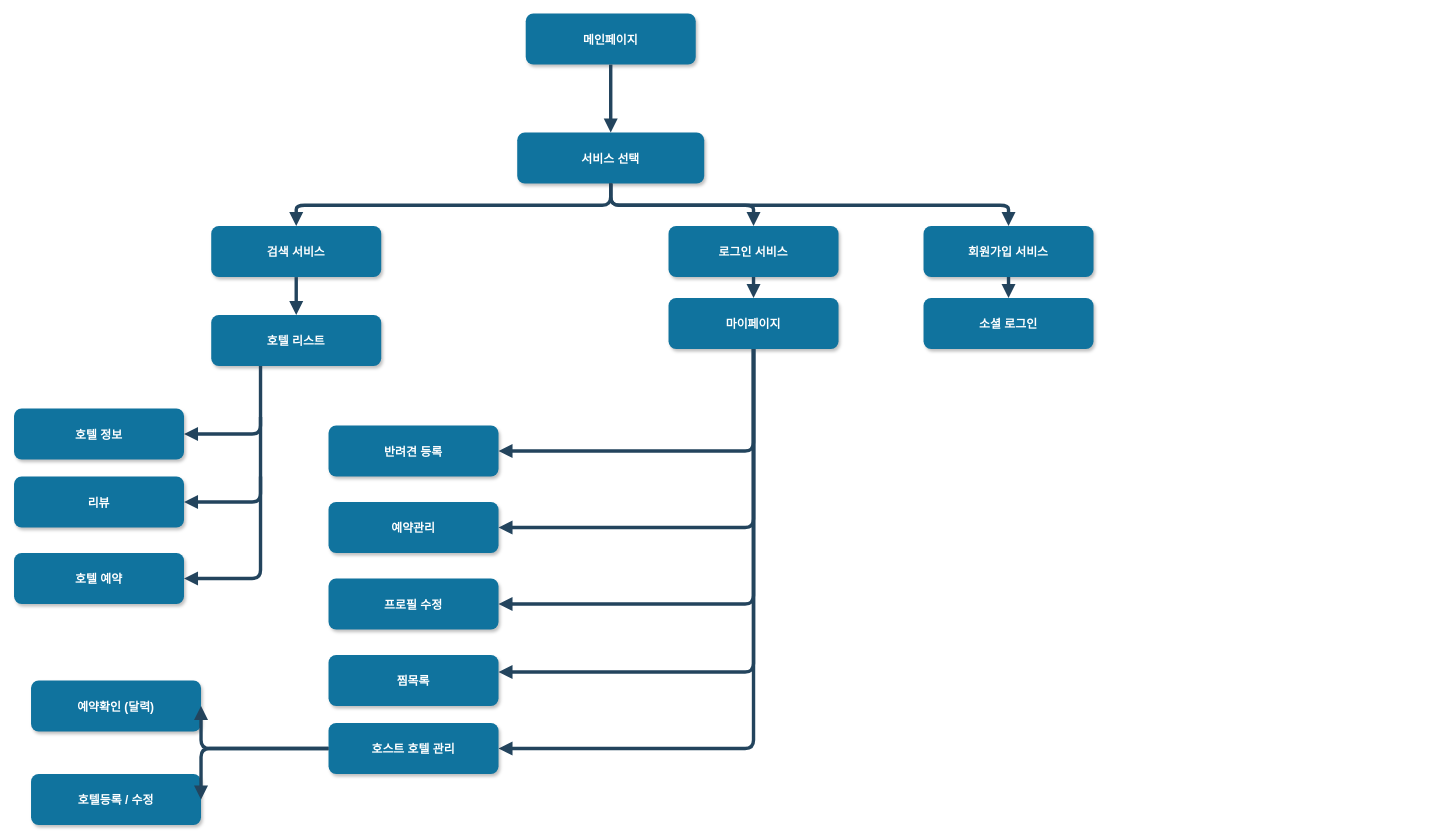
Above: NMSM.drawio in koreait0000/NMSM (draw.io), before the change. Source tidied: cells renumbered, new cells numbered last; positions are measured from the earlier drawing's top-left corner, leaving out a move shared by most shapes. Both pictures are drawn from the tidied source at 85%, with x=0, y=0 at pixel (14, 14).
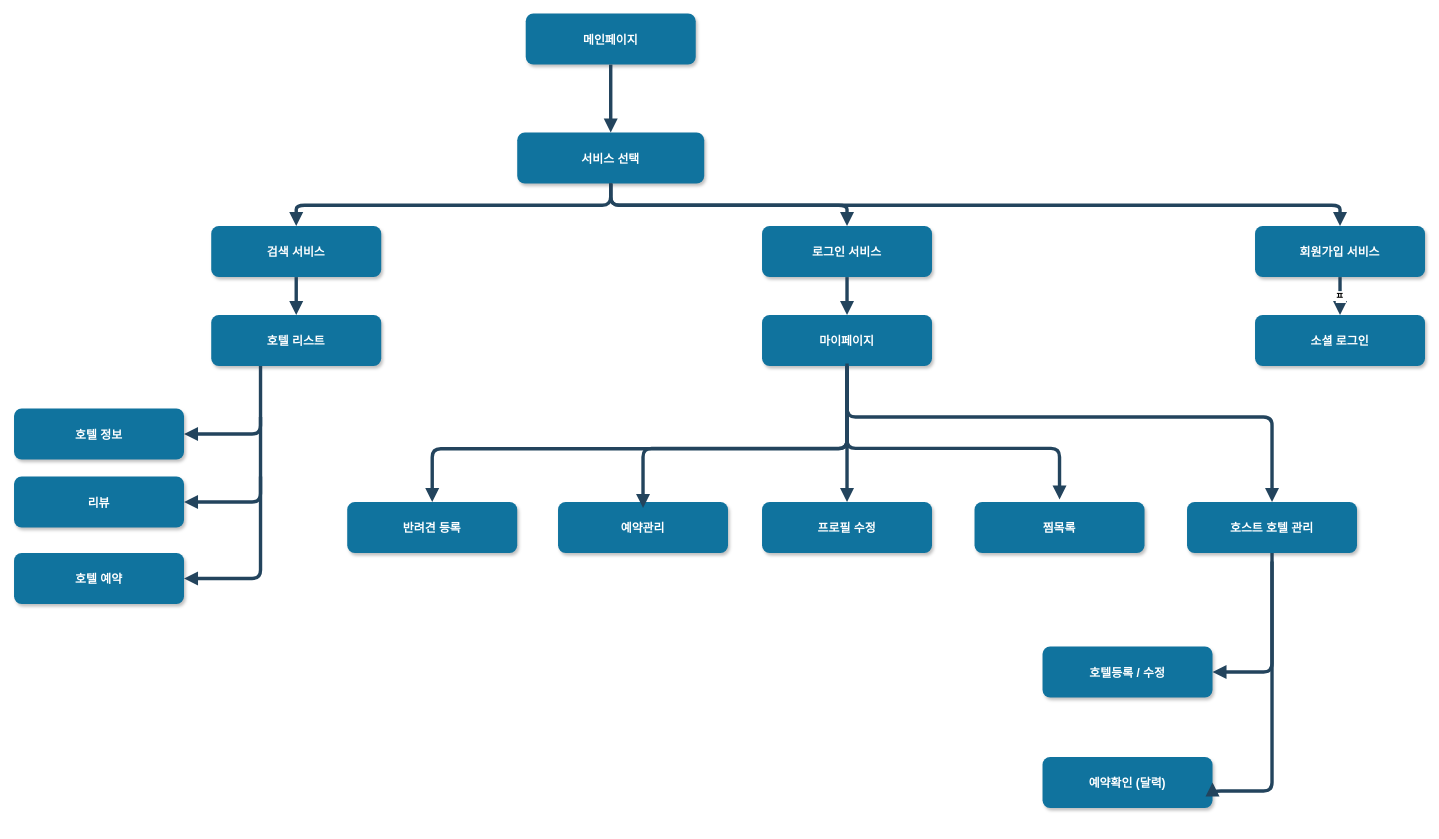
The same page after the edit.

Diff of the diagram source:
```diff
@@
     <mxCell id="5" value="로그인 서비스" style="rounded=1;fillColor=#10739E;strokeColor=none;shadow=1;gradientColor=none;fontStyle=1;fontColor=#FFFFFF;fontSize=14;" parent="1" vertex="1">
-      <mxGeometry x="770" y="249.5" width="200" height="60" as="geometry" />
+      <mxGeometry x="880" y="249.5" width="200" height="60" as="geometry" />
     </mxCell>
@@
     <mxCell id="9" value="회원가입 서비스" style="rounded=1;fillColor=#10739E;strokeColor=none;shadow=1;gradientColor=none;fontStyle=1;fontColor=#FFFFFF;fontSize=14;" parent="1" vertex="1">
-      <mxGeometry x="1070" y="249.5" width="200" height="60" as="geometry" />
+      <mxGeometry x="1460" y="249.5" width="200" height="60" as="geometry" />
     </mxCell>
@@
     <mxCell id="11" value="소셜 로그인" style="rounded=1;fillColor=#10739E;strokeColor=none;shadow=1;gradientColor=none;fontStyle=1;fontColor=#FFFFFF;fontSize=14;" parent="1" vertex="1">
-      <mxGeometry x="1070" y="334" width="200" height="60" as="geometry" />
+      <mxGeometry x="1460" y="354" width="200" height="60" as="geometry" />
     </mxCell>
-    <mxCell id="12" style="edgeStyle=elbowEdgeStyle;elbow=vertical;strokeWidth=4;endArrow=block;endFill=1;fontStyle=1;strokeColor=#23445D;entryX=0.5;entryY=0;entryDx=0;entryDy=0;" parent="1" edge="1" source="9" target="11">
+    <mxCell id="12" value="ㅍ" style="edgeStyle=elbowEdgeStyle;elbow=vertical;strokeWidth=4;endArrow=block;endFill=1;fontStyle=1;strokeColor=#23445D;entryX=0.5;entryY=0;entryDx=0;entryDy=0;" parent="1" edge="1" source="9" target="11">
       <mxGeometry x="180" y="285.5" as="geometry" />
     </mxCell>
     <mxCell id="13" value="마이페이지" style="rounded=1;fillColor=#10739E;strokeColor=none;shadow=1;gradientColor=none;fontStyle=1;fontColor=#FFFFFF;fontSize=14;" parent="1" vertex="1">
-      <mxGeometry x="770" y="334" width="200" height="60" as="geometry" />
+      <mxGeometry x="880" y="354" width="200" height="60" as="geometry" />
     </mxCell>
@@
     <mxCell id="15" value="반려견 등록" style="rounded=1;fillColor=#10739E;strokeColor=none;shadow=1;gradientColor=none;fontStyle=1;fontColor=#FFFFFF;fontSize=14;" parent="1" vertex="1">
-      <mxGeometry x="370" y="484" width="200" height="60" as="geometry" />
+      <mxGeometry x="392" y="574" width="200" height="60" as="geometry" />
     </mxCell>
-    <mxCell id="16" style="edgeStyle=elbowEdgeStyle;elbow=vertical;strokeWidth=4;endArrow=block;endFill=1;fontStyle=1;strokeColor=#23445D;exitX=0.5;exitY=1;exitDx=0;exitDy=0;" parent="1" edge="1" source="13" target="21">
-      <mxGeometry x="-100" y="380" as="geometry">
-        <Array as="points">
-          <mxPoint x="870" y="864" />
-          <mxPoint x="410" y="424" />
-        </Array>
-      </mxGeometry>
-    </mxCell>
-    <mxCell id="17" style="edgeStyle=elbowEdgeStyle;elbow=vertical;strokeWidth=4;endArrow=block;endFill=1;fontStyle=1;strokeColor=#23445D;exitX=0.5;exitY=1;exitDx=0;exitDy=0;entryX=1;entryY=0.5;entryDx=0;entryDy=0;" parent="1" edge="1" source="13" target="15">
-      <mxGeometry x="-37" y="390" as="geometry">
-        <Array as="points">
-          <mxPoint x="720" y="514" />
-          <mxPoint x="770" y="524" />
-          <mxPoint x="890" y="474" />
-        </Array>
-      </mxGeometry>
-    </mxCell>
     <mxCell id="18" value="예약관리" style="rounded=1;fillColor=#10739E;strokeColor=none;shadow=1;gradientColor=none;fontStyle=1;fontColor=#FFFFFF;fontSize=14;" parent="1" vertex="1">
-      <mxGeometry x="370" y="574" width="200" height="60" as="geometry" />
+      <mxGeometry x="640" y="574" width="200" height="60" as="geometry" />
     </mxCell>
     <mxCell id="19" value="프로필 수정" style="rounded=1;fillColor=#10739E;strokeColor=none;shadow=1;gradientColor=none;fontStyle=1;fontColor=#FFFFFF;fontSize=14;" parent="1" vertex="1">
-      <mxGeometry x="370" y="664" width="200" height="60" as="geometry" />
+      <mxGeometry x="880" y="574" width="200" height="60" as="geometry" />
     </mxCell>
     <mxCell id="20" value="찜목록" style="rounded=1;fillColor=#10739E;strokeColor=none;shadow=1;gradientColor=none;fontStyle=1;fontColor=#FFFFFF;fontSize=14;" parent="1" vertex="1">
-      <mxGeometry x="370" y="754" width="200" height="60" as="geometry" />
+      <mxGeometry x="1130" y="574" width="200" height="60" as="geometry" />
     </mxCell>
     <mxCell id="21" value="호스트 호텔 관리" style="rounded=1;fillColor=#10739E;strokeColor=none;shadow=1;gradientColor=none;fontStyle=1;fontColor=#FFFFFF;fontSize=14;" parent="1" vertex="1">
-      <mxGeometry x="370" y="834" width="200" height="60" as="geometry" />
+      <mxGeometry x="1380" y="574" width="200" height="60" as="geometry" />
     </mxCell>
-    <mxCell id="22" style="edgeStyle=elbowEdgeStyle;elbow=vertical;strokeWidth=4;endArrow=block;endFill=1;fontStyle=1;strokeColor=#23445D;exitX=0.5;exitY=1;exitDx=0;exitDy=0;entryX=1;entryY=0.5;entryDx=0;entryDy=0;" parent="1" edge="1" source="13" target="19">
-      <mxGeometry x="-69" y="530" as="geometry">
-        <Array as="points">
-          <mxPoint x="790" y="694" />
-        </Array>
-      </mxGeometry>
-    </mxCell>
-    <mxCell id="23" style="edgeStyle=elbowEdgeStyle;elbow=vertical;strokeWidth=4;endArrow=block;endFill=1;fontStyle=1;strokeColor=#23445D;exitX=0.5;exitY=1;exitDx=0;exitDy=0;entryX=1;entryY=0.5;entryDx=0;entryDy=0;" parent="1" edge="1" source="13" target="18">
-      <mxGeometry x="-59" y="540" as="geometry">
-        <Array as="points">
-          <mxPoint x="800" y="604" />
-        </Array>
-      </mxGeometry>
-    </mxCell>
-    <mxCell id="24" style="edgeStyle=elbowEdgeStyle;elbow=vertical;strokeWidth=4;endArrow=block;endFill=1;fontStyle=1;strokeColor=#23445D;exitX=0.5;exitY=1;exitDx=0;exitDy=0;" parent="1" edge="1" source="13" target="20">
-      <mxGeometry x="-27" y="400" as="geometry">
-        <Array as="points">
-          <mxPoint x="820" y="774" />
-        </Array>
-      </mxGeometry>
-    </mxCell>
@@
     <mxCell id="33" value="예약확인 (달력)" style="rounded=1;fillColor=#10739E;strokeColor=none;shadow=1;gradientColor=none;fontStyle=1;fontColor=#FFFFFF;fontSize=14;" parent="1" vertex="1">
-      <mxGeometry x="20" y="784" width="200" height="60" as="geometry" />
+      <mxGeometry x="1210" y="874" width="200" height="60" as="geometry" />
     </mxCell>
     <mxCell id="34" value="호텔등록 / 수정" style="rounded=1;fillColor=#10739E;strokeColor=none;shadow=1;gradientColor=none;fontStyle=1;fontColor=#FFFFFF;fontSize=14;" parent="1" vertex="1">
-      <mxGeometry x="20" y="894" width="200" height="60" as="geometry" />
+      <mxGeometry x="1210" y="744" width="200" height="60" as="geometry" />
     </mxCell>
+    <mxCell id="17" style="edgeStyle=elbowEdgeStyle;elbow=vertical;strokeWidth=4;endArrow=block;endFill=1;fontStyle=1;strokeColor=#23445D;exitX=0.5;exitY=1;exitDx=0;exitDy=0;entryX=0.5;entryY=0;entryDx=0;entryDy=0;" parent="1" edge="1" source="13" target="15">
+      <mxGeometry x="-100" y="293" as="geometry">
+        <Array as="points">
+          <mxPoint x="1060" y="511.5" />
+        </Array>
+      </mxGeometry>
+    </mxCell>
+    <mxCell id="37" style="edgeStyle=elbowEdgeStyle;elbow=vertical;strokeWidth=4;endArrow=block;endFill=1;fontStyle=1;strokeColor=#23445D;exitX=0.5;exitY=1;exitDx=0;exitDy=0;entryX=0.5;entryY=0;entryDx=0;entryDy=0;" parent="1" edge="1">
+      <mxGeometry x="-22" y="540" as="geometry">
+        <mxPoint x="980" y="421" as="sourcePoint" />
+        <mxPoint x="740" y="581" as="targetPoint" />
+        <Array as="points">
+          <mxPoint x="760" y="511" />
+          <mxPoint x="970" y="521" />
+        </Array>
+      </mxGeometry>
+    </mxCell>
+    <mxCell id="22" style="edgeStyle=elbowEdgeStyle;elbow=vertical;strokeWidth=4;endArrow=block;endFill=1;fontStyle=1;strokeColor=#23445D;exitX=0.5;exitY=1;exitDx=0;exitDy=0;entryX=0.5;entryY=0;entryDx=0;entryDy=0;" parent="1" edge="1" source="13" target="19">
+      <mxGeometry x="-80" y="313" as="geometry">
+        <Array as="points">
+          <mxPoint x="1080" y="531.5" />
+        </Array>
+      </mxGeometry>
+    </mxCell>
+    <mxCell id="38" style="edgeStyle=elbowEdgeStyle;elbow=vertical;strokeWidth=4;endArrow=block;endFill=1;fontStyle=1;strokeColor=#23445D;exitX=0.5;exitY=1;exitDx=0;exitDy=0;entryX=0.5;entryY=0;entryDx=0;entryDy=0;" parent="1" edge="1">
+      <mxGeometry x="-70" y="320" as="geometry">
+        <mxPoint x="980" y="411" as="sourcePoint" />
+        <mxPoint x="1230" y="571" as="targetPoint" />
+        <Array as="points">
+          <mxPoint x="1100" y="511" />
+        </Array>
+      </mxGeometry>
+    </mxCell>
-    <mxCell id="35" style="edgeStyle=elbowEdgeStyle;elbow=vertical;strokeWidth=4;endArrow=block;endFill=1;fontStyle=1;strokeColor=#23445D;entryX=1;entryY=0.5;entryDx=0;entryDy=0;exitX=0;exitY=0.5;exitDx=0;exitDy=0;" parent="1" edge="1" source="21" target="34">
-      <mxGeometry x="-368" y="439.5" as="geometry">
+    <mxCell id="35" style="edgeStyle=elbowEdgeStyle;elbow=vertical;strokeWidth=4;endArrow=block;endFill=1;fontStyle=1;strokeColor=#23445D;exitX=0.5;exitY=1;exitDx=0;exitDy=0;entryX=1;entryY=0.5;entryDx=0;entryDy=0;" parent="1" edge="1" source="21" target="34">
+      <mxGeometry x="310" y="673" as="geometry">
         <Array as="points">
-          <mxPoint x="290" y="864" />
-          <mxPoint x="142" y="483.5" />
+          <mxPoint x="1460" y="774" />
+          <mxPoint x="1450" y="774" />
+          <mxPoint x="1480" y="864" />
         </Array>
       </mxGeometry>
     </mxCell>
-    <mxCell id="36" style="edgeStyle=elbowEdgeStyle;elbow=vertical;strokeWidth=4;endArrow=block;endFill=1;fontStyle=1;strokeColor=#23445D;entryX=1;entryY=0.5;entryDx=0;entryDy=0;exitX=0;exitY=0.5;exitDx=0;exitDy=0;" parent="1" edge="1" source="21" target="33">
-      <mxGeometry x="-250" y="179.5" as="geometry">
-        <Array as="points">
-          <mxPoint x="320" y="864" />
-          <mxPoint x="580" y="813.5" />
-          <mxPoint x="260" y="223.5" />
-        </Array>
-      </mxGeometry>
-    </mxCell>
+    <mxCell id="39" style="edgeStyle=elbowEdgeStyle;elbow=vertical;strokeWidth=4;endArrow=block;endFill=1;fontStyle=1;strokeColor=#23445D;entryX=1;entryY=0.5;entryDx=0;entryDy=0;" parent="1" edge="1" target="33">
+      <mxGeometry x="360" y="813" as="geometry">
+        <mxPoint x="1480" y="644" as="sourcePoint" />
+        <Array as="points">
+          <mxPoint x="1510" y="914" />
+          <mxPoint x="1500" y="914" />
+          <mxPoint x="1530" y="1004" />
+        </Array>
+      </mxGeometry>
+    </mxCell>
+    <mxCell id="16" style="edgeStyle=elbowEdgeStyle;elbow=vertical;strokeWidth=4;endArrow=block;endFill=1;fontStyle=1;strokeColor=#23445D;entryX=0.5;entryY=0;entryDx=0;entryDy=0;exitX=0.5;exitY=1;exitDx=0;exitDy=0;" parent="1" edge="1" source="13" target="21">
+      <mxGeometry x="130" y="293" as="geometry">
+        <Array as="points">
+          <mxPoint x="1220" y="474" />
+          <mxPoint x="1100" y="474" />
+          <mxPoint x="1300" y="484" />
+        </Array>
+      </mxGeometry>
+    </mxCell>
```
